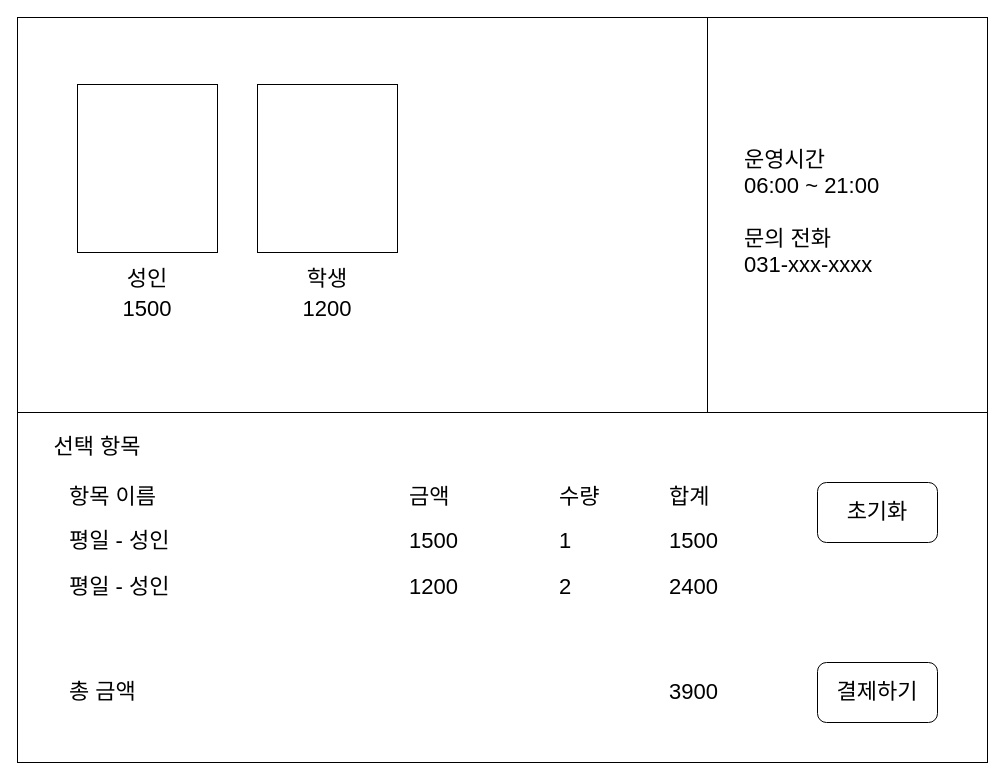
This is TicketKiosk/ui.drawio from mngzSean/ReservationSystem-KIOSK, a draw.io file, before an edit. Source tidied: cells renumbered, new cells numbered last; positions are measured from the earlier drawing's top-left corner, leaving out a move shared by most shapes. Both pictures are drawn from the tidied source at 100%, with x=0, y=0 at pixel (17, 17).
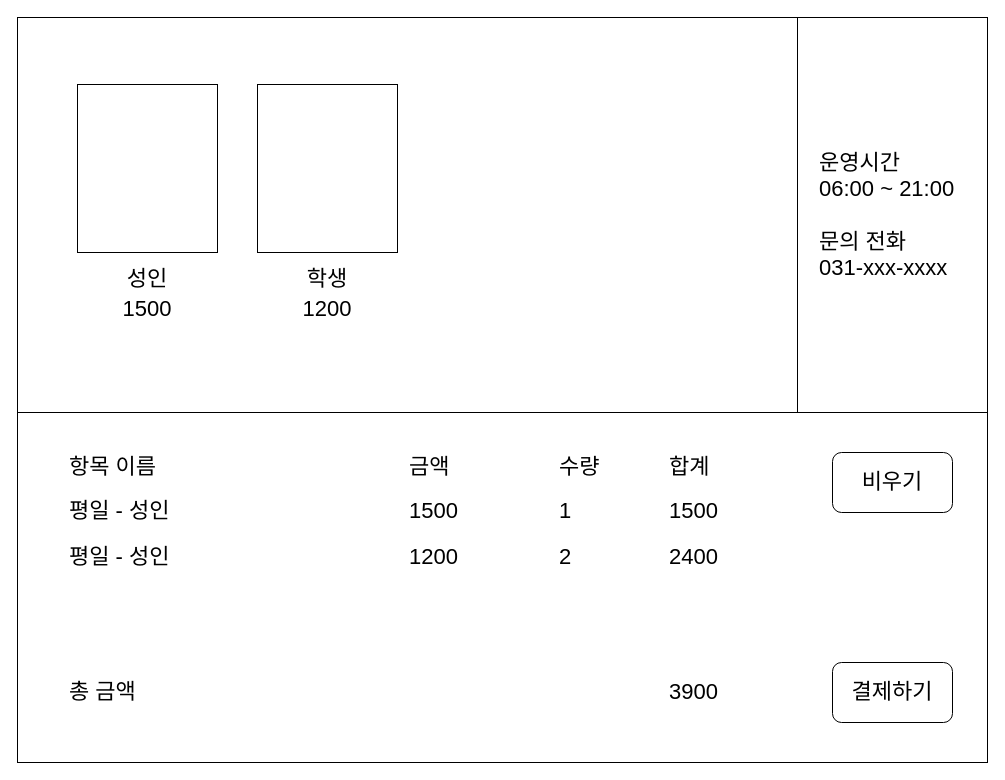
Above is the later version.

Commit message:
ui 디자인 배치 수정

What changed in the source:
```diff
@@
-    <mxCell id="10" value="선택 항목" style="text;html=1;strokeColor=none;fillColor=none;align=center;verticalAlign=middle;whiteSpace=wrap;rounded=0;fontFamily=Helvetica;fontSize=22;" parent="1" vertex="1">
-      <mxGeometry x="10" y="415" width="140" height="30" as="geometry" />
-    </mxCell>
     <mxCell id="11" value="평일 - 성인" style="text;html=1;strokeColor=none;fillColor=none;align=left;verticalAlign=middle;whiteSpace=wrap;rounded=0;fontFamily=Helvetica;fontSize=22;" parent="1" vertex="1">
-      <mxGeometry x="50" y="509" width="320" height="30" as="geometry" />
+      <mxGeometry x="50" y="479" width="320" height="30" as="geometry" />
     </mxCell>
     <mxCell id="12" value="1" style="text;html=1;strokeColor=none;fillColor=none;align=left;verticalAlign=middle;whiteSpace=wrap;rounded=0;fontFamily=Helvetica;fontSize=22;" parent="1" vertex="1">
-      <mxGeometry x="540" y="509" width="30" height="30" as="geometry" />
+      <mxGeometry x="540" y="479" width="30" height="30" as="geometry" />
     </mxCell>
     <mxCell id="13" value="1500" style="text;html=1;strokeColor=none;fillColor=none;align=left;verticalAlign=middle;whiteSpace=wrap;rounded=0;fontFamily=Helvetica;fontSize=22;" parent="1" vertex="1">
-      <mxGeometry x="390" y="509" width="30" height="30" as="geometry" />
+      <mxGeometry x="390" y="479" width="30" height="30" as="geometry" />
     </mxCell>
     <mxCell id="14" value="항목 이름" style="text;html=1;strokeColor=none;fillColor=none;align=left;verticalAlign=middle;whiteSpace=wrap;rounded=0;fontFamily=Helvetica;fontSize=22;" parent="1" vertex="1">
-      <mxGeometry x="50" y="465" width="320" height="30" as="geometry" />
+      <mxGeometry x="50" y="435" width="320" height="30" as="geometry" />
     </mxCell>
     <mxCell id="15" value="수량" style="text;html=1;strokeColor=none;fillColor=none;align=left;verticalAlign=middle;whiteSpace=wrap;rounded=0;fontFamily=Helvetica;fontSize=22;" parent="1" vertex="1">
-      <mxGeometry x="540" y="465" width="100" height="30" as="geometry" />
+      <mxGeometry x="540" y="435" width="100" height="30" as="geometry" />
     </mxCell>
     <mxCell id="16" value="금액" style="text;html=1;strokeColor=none;fillColor=none;align=left;verticalAlign=middle;whiteSpace=wrap;rounded=0;fontFamily=Helvetica;fontSize=22;" parent="1" vertex="1">
-      <mxGeometry x="390" y="465" width="80" height="30" as="geometry" />
+      <mxGeometry x="390" y="435" width="80" height="30" as="geometry" />
     </mxCell>
     <mxCell id="17" value="평일 - 성인" style="text;html=1;strokeColor=none;fillColor=none;align=left;verticalAlign=middle;whiteSpace=wrap;rounded=0;fontFamily=Helvetica;fontSize=22;" parent="1" vertex="1">
-      <mxGeometry x="50" y="555" width="320" height="30" as="geometry" />
+      <mxGeometry x="50" y="525" width="320" height="30" as="geometry" />
     </mxCell>
     <mxCell id="18" value="2" style="text;html=1;strokeColor=none;fillColor=none;align=left;verticalAlign=middle;whiteSpace=wrap;rounded=0;fontFamily=Helvetica;fontSize=22;" parent="1" vertex="1">
-      <mxGeometry x="540" y="555" width="30" height="30" as="geometry" />
+      <mxGeometry x="540" y="525" width="30" height="30" as="geometry" />
     </mxCell>
     <mxCell id="19" value="1200" style="text;html=1;strokeColor=none;fillColor=none;align=left;verticalAlign=middle;whiteSpace=wrap;rounded=0;fontFamily=Helvetica;fontSize=22;" parent="1" vertex="1">
-      <mxGeometry x="390" y="555" width="30" height="30" as="geometry" />
+      <mxGeometry x="390" y="525" width="30" height="30" as="geometry" />
     </mxCell>
     <mxCell id="20" value="합계" style="text;html=1;strokeColor=none;fillColor=none;align=left;verticalAlign=middle;whiteSpace=wrap;rounded=0;fontFamily=Helvetica;fontSize=22;" parent="1" vertex="1">
-      <mxGeometry x="650" y="465" width="100" height="30" as="geometry" />
+      <mxGeometry x="650" y="435" width="100" height="30" as="geometry" />
     </mxCell>
     <mxCell id="21" value="1500" style="text;html=1;strokeColor=none;fillColor=none;align=left;verticalAlign=middle;whiteSpace=wrap;rounded=0;fontFamily=Helvetica;fontSize=22;" parent="1" vertex="1">
-      <mxGeometry x="650" y="509" width="30" height="30" as="geometry" />
+      <mxGeometry x="650" y="479" width="30" height="30" as="geometry" />
     </mxCell>
     <mxCell id="22" value="2400" style="text;html=1;strokeColor=none;fillColor=none;align=left;verticalAlign=middle;whiteSpace=wrap;rounded=0;fontFamily=Helvetica;fontSize=22;" parent="1" vertex="1">
-      <mxGeometry x="650" y="555" width="30" height="30" as="geometry" />
+      <mxGeometry x="650" y="525" width="30" height="30" as="geometry" />
     </mxCell>
     <mxCell id="23" value="결제하기" style="rounded=1;whiteSpace=wrap;html=1;fontFamily=Helvetica;fontSize=22;" parent="1" vertex="1">
-      <mxGeometry x="800" y="645" width="120" height="60" as="geometry" />
+      <mxGeometry x="815" y="645" width="120" height="60" as="geometry" />
     </mxCell>
@@
-    <mxCell id="26" value="초기화" style="rounded=1;whiteSpace=wrap;html=1;fontFamily=Helvetica;fontSize=22;" parent="1" vertex="1">
-      <mxGeometry x="800" y="465" width="120" height="60" as="geometry" />
+    <mxCell id="26" value="비우기" style="rounded=1;whiteSpace=wrap;html=1;fontFamily=Helvetica;fontSize=22;" parent="1" vertex="1">
+      <mxGeometry x="815" y="435" width="120" height="60" as="geometry" />
     </mxCell>
     <mxCell id="27" style="rounded=0;whiteSpace=wrap;html=1;fontFamily=Helvetica;fontSize=22;" parent="1" vertex="1">
-      <mxGeometry x="690" width="280" height="395" as="geometry" />
+      <mxGeometry x="780" width="190" height="395" as="geometry" />
     </mxCell>
     <mxCell id="28" value="운영시간&lt;br&gt;06:00 ~ 21:00&lt;br&gt;&lt;br&gt;문의 전화&lt;br&gt;031-xxx-xxxx" style="text;html=1;strokeColor=none;fillColor=none;align=left;verticalAlign=middle;whiteSpace=wrap;rounded=0;fontFamily=Helvetica;fontSize=22;" parent="1" vertex="1">
-      <mxGeometry x="725" y="25" width="210" height="340" as="geometry" />
+      <mxGeometry x="800" y="27.5" width="150" height="340" as="geometry" />
     </mxCell>
```
